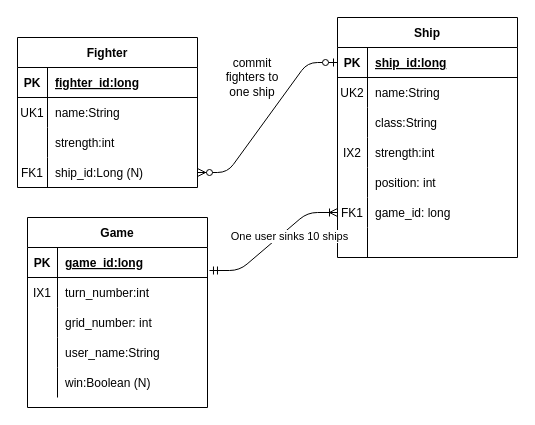
rfrech/battle-for-midway keeps this draw.io diagram as docs/work/erd.drawio. Above is the earlier version. Source tidied: cells renumbered, new cells numbered last; positions are measured from the earlier drawing's top-left corner, leaving out a move shared by most shapes. Both pictures are drawn from the tidied source at 100%, with x=0, y=0 at pixel (17, 17).
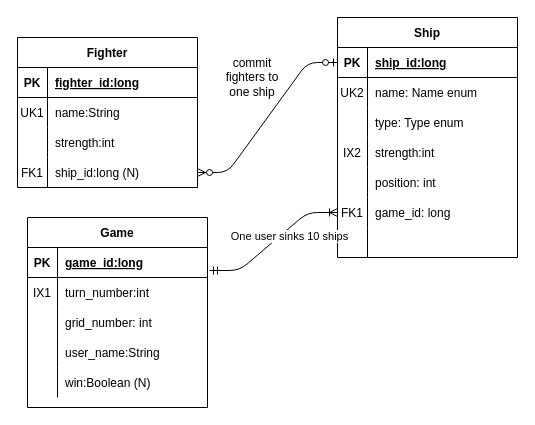
The same page after the edit.

The change refers to these unchanged cells:
```xml
<mxCell id="23" style="shape=partialRectangle;fillColor=none;top=0;left=0;bottom=0;right=0;" parent="19" vertex="1">
  <mxGeometry y="60" width="180" height="30" as="geometry" />
</mxCell>
<mxCell id="26" style="shape=partialRectangle;fillColor=none;top=0;left=0;bottom=0;right=0;" parent="19" vertex="1">
  <mxGeometry y="90" width="180" height="30" as="geometry" />
</mxCell>
<mxCell id="51" style="shape=partialRectangle;fillColor=none;top=0;left=0;bottom=0;right=0;points=[[0,0.5],[1,0.5]];portConstraint=eastwest;" parent="41" vertex="1">
  <mxGeometry y="120" width="180" height="30" as="geometry" />
</mxCell>
```

Change to the diagram source:
```diff
@@
-    <mxCell id="25" value="name:String" style="shape=partialRectangle;fillColor=none;top=0;left=0;bottom=0;right=0;align=left;spacingLeft=6;overflow=hidden;" parent="23" vertex="1">
+    <mxCell id="25" value="name: Name enum" style="shape=partialRectangle;fillColor=none;top=0;left=0;bottom=0;right=0;align=left;spacingLeft=6;overflow=hidden;" parent="23" vertex="1">
       <mxGeometry x="30" width="150" height="30" as="geometry" />
     </mxCell>
@@
-    <mxCell id="28" value="class:String" style="shape=partialRectangle;fillColor=none;top=0;left=0;bottom=0;right=0;align=left;spacingLeft=6;overflow=hidden;" parent="26" vertex="1">
+    <mxCell id="28" value="type: Type enum" style="shape=partialRectangle;fillColor=none;top=0;left=0;bottom=0;right=0;align=left;spacingLeft=6;overflow=hidden;" parent="26" vertex="1">
       <mxGeometry x="30" width="150" height="30" as="geometry" />
     </mxCell>
@@
-    <mxCell id="53" value="ship_id:Long (N)" style="shape=partialRectangle;fillColor=none;top=0;left=0;bottom=0;right=0;align=left;spacingLeft=6;overflow=hidden;" parent="51" vertex="1">
+    <mxCell id="53" value="ship_id:long (N)" style="shape=partialRectangle;fillColor=none;top=0;left=0;bottom=0;right=0;align=left;spacingLeft=6;overflow=hidden;" parent="51" vertex="1">
       <mxGeometry x="30" width="150" height="30" as="geometry" />
     </mxCell>
```
